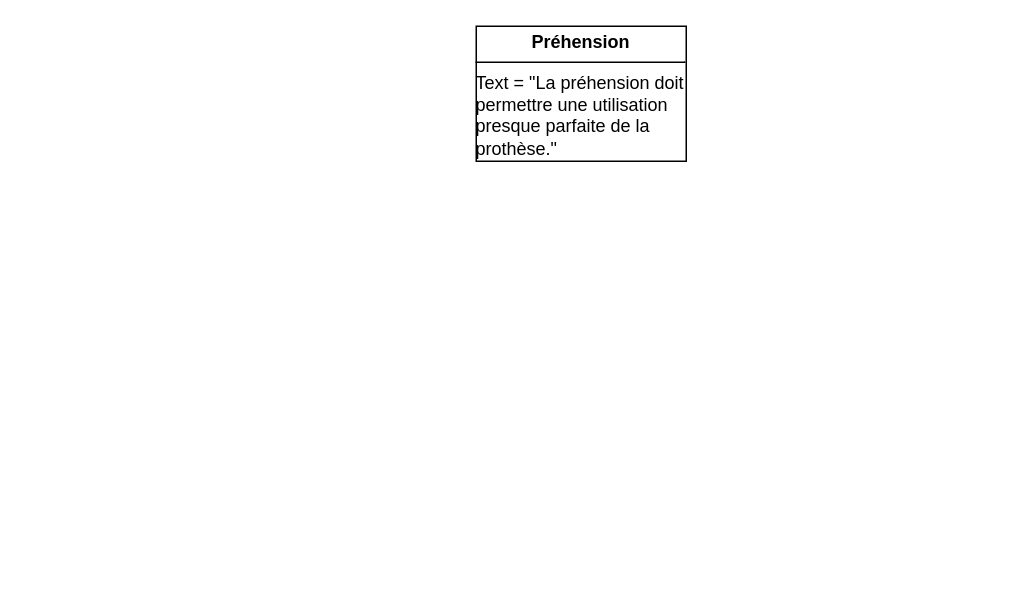
Before: Diagramme sans nom.drawio in el2zay/main_robotise, a draw.io diagram. Source tidied: cells renumbered, new cells numbered last; positions are measured from the earlier drawing's top-left corner, leaving out a move shared by most shapes. Both pictures are drawn from the tidied source at 150%, with x=0, y=0 at pixel (476, 26).
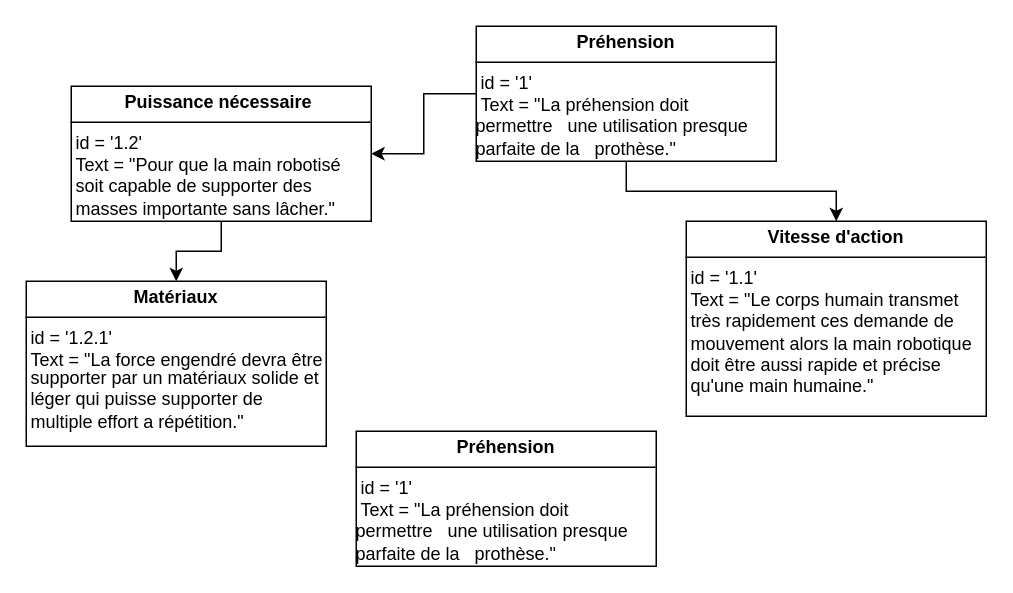
The same diagram, later.

What changed in the source:
```diff
@@
 <mxGraphModel>
   <root>
     <mxCell id="0" />
     <mxCell id="1" parent="0" />
+    <mxCell id="3" style="edgeStyle=orthogonalEdgeStyle;rounded=0;jettySize=auto;html=1;exitX=0.5;exitY=1;exitDx=0;exitDy=0;entryX=0.5;entryY=0;entryDx=0;entryDy=0;" parent="1" edge="1" source="2" target="5">
+      <mxGeometry relative="1" as="geometry" />
+    </mxCell>
+    <mxCell id="4" style="edgeStyle=orthogonalEdgeStyle;rounded=0;jettySize=auto;html=1;entryX=1;entryY=0.5;entryDx=0;entryDy=0;" parent="1" edge="1" source="2" target="7">
+      <mxGeometry relative="1" as="geometry" />
+    </mxCell>
-    <mxCell id="2" value="&lt;p style=&quot;margin:0px;margin-top:4px;text-align:center;&quot;&gt;&lt;b&gt;Préhension&lt;/b&gt;&lt;/p&gt;&lt;hr size=&quot;1&quot; style=&quot;border-style:solid;&quot;&gt;&lt;div style=&quot;height:2px;&quot;&gt;Text = &quot;La préhension doit permettre une utilisation presque parfaite de la prothèse.&quot;&lt;/div&gt;" style="verticalAlign=top;align=left;overflow=fill;html=1;whiteSpace=wrap;" parent="1" vertex="1">
-      <mxGeometry width="140" height="90" as="geometry" />
+    <mxCell id="2" value="&lt;p style=&quot;margin:0px;margin-top:4px;text-align:center;&quot;&gt;&lt;b&gt;Préhension&lt;/b&gt;&lt;/p&gt;&lt;hr size=&quot;1&quot; style=&quot;border-style:solid;&quot;&gt;&amp;nbsp;id = '1'&lt;div style=&quot;height:2px;&quot;&gt;&amp;nbsp;Text = &quot;La préhension doit permettre&amp;nbsp; &amp;nbsp;une utilisation presque parfaite de la&amp;nbsp; &amp;nbsp;prothèse.&quot;&lt;/div&gt;" style="verticalAlign=top;align=left;overflow=fill;html=1;whiteSpace=wrap;" parent="1" vertex="1">
+      <mxGeometry width="200" height="90" as="geometry" />
     </mxCell>
+    <mxCell id="5" value="&lt;p style=&quot;margin:0px;margin-top:4px;text-align:center;&quot;&gt;&lt;b&gt;Vitesse d'action&lt;/b&gt;&lt;/p&gt;&lt;hr size=&quot;1&quot; style=&quot;border-style:solid;&quot;&gt;&amp;nbsp;id = '1.1'&lt;div style=&quot;height:2px;&quot;&gt;&amp;nbsp;Text = &quot;Le corps humain transmet&amp;nbsp; &amp;nbsp;très rapidement ces demande de&amp;nbsp; &amp;nbsp;mouvement alors la main robotique&amp;nbsp; &amp;nbsp;doit être aussi rapide et précise&amp;nbsp; &amp;nbsp;qu'une main humaine.&quot;&lt;/div&gt;" style="verticalAlign=top;align=left;overflow=fill;html=1;whiteSpace=wrap;" parent="1" vertex="1">
+      <mxGeometry x="140" y="130" width="200" height="130" as="geometry" />
+    </mxCell>
+    <mxCell id="6" style="edgeStyle=orthogonalEdgeStyle;rounded=0;jettySize=auto;html=1;entryX=0.5;entryY=0;entryDx=0;entryDy=0;" parent="1" edge="1" source="7" target="8">
+      <mxGeometry relative="1" as="geometry" />
+    </mxCell>
+    <mxCell id="7" value="&lt;p style=&quot;margin:0px;margin-top:4px;text-align:center;&quot;&gt;&lt;b&gt;Puissance nécessaire&amp;nbsp;&lt;/b&gt;&lt;/p&gt;&lt;hr size=&quot;1&quot; style=&quot;border-style:solid;&quot;&gt;&amp;nbsp;id = '1.2'&lt;div style=&quot;height:2px;&quot;&gt;&amp;nbsp;Text = &quot;Pour que la main robotisé&amp;nbsp; &amp;nbsp;soit capable de supporter des&amp;nbsp; &amp;nbsp;masses importante sans lâcher.&quot;&lt;/div&gt;" style="verticalAlign=top;align=left;overflow=fill;html=1;whiteSpace=wrap;" parent="1" vertex="1">
+      <mxGeometry x="-270" y="40" width="200" height="90" as="geometry" />
+    </mxCell>
+    <mxCell id="8" value="&lt;p style=&quot;margin:0px;margin-top:4px;text-align:center;&quot;&gt;&lt;b&gt;Matériaux&lt;/b&gt;&lt;/p&gt;&lt;hr size=&quot;1&quot; style=&quot;border-style:solid;&quot;&gt;&amp;nbsp;id = '1.2.1'&lt;div style=&quot;height:2px;&quot;&gt;&amp;nbsp;Text = &quot;La force engendré devra être&lt;/div&gt;&lt;div style=&quot;height:2px;&quot;&gt;&lt;br&gt;&lt;/div&gt;&lt;div style=&quot;height:2px;&quot;&gt;&lt;br&gt;&lt;/div&gt;&lt;div style=&quot;height:2px;&quot;&gt;&lt;br&gt;&lt;/div&gt;&lt;div style=&quot;height:2px;&quot;&gt;&lt;br&gt;&lt;/div&gt;&lt;div style=&quot;height:2px;&quot;&gt;&lt;br&gt;&lt;/div&gt;&lt;div style=&quot;height:2px;&quot;&gt;&amp;nbsp;supporter par un matériaux solide et&amp;nbsp; &amp;nbsp;léger qui puisse supporter de&amp;nbsp; &amp;nbsp;multiple effort a répétition.&quot;&lt;/div&gt;" style="verticalAlign=top;align=left;overflow=fill;html=1;whiteSpace=wrap;" parent="1" vertex="1">
+      <mxGeometry x="-300" y="170" width="200" height="110" as="geometry" />
+    </mxCell>
+    <mxCell id="9" value="&lt;p style=&quot;margin:0px;margin-top:4px;text-align:center;&quot;&gt;&lt;b&gt;Préhension&lt;/b&gt;&lt;/p&gt;&lt;hr size=&quot;1&quot; style=&quot;border-style:solid;&quot;&gt;&amp;nbsp;id = '1'&lt;div style=&quot;height:2px;&quot;&gt;&amp;nbsp;Text = &quot;La préhension doit permettre&amp;nbsp; &amp;nbsp;une utilisation presque parfaite de la&amp;nbsp; &amp;nbsp;prothèse.&quot;&lt;/div&gt;" style="verticalAlign=top;align=left;overflow=fill;html=1;whiteSpace=wrap;" parent="1" vertex="1">
+      <mxGeometry x="-80" y="270" width="200" height="90" as="geometry" />
+    </mxCell>
   </root>
 </mxGraphModel>
```
